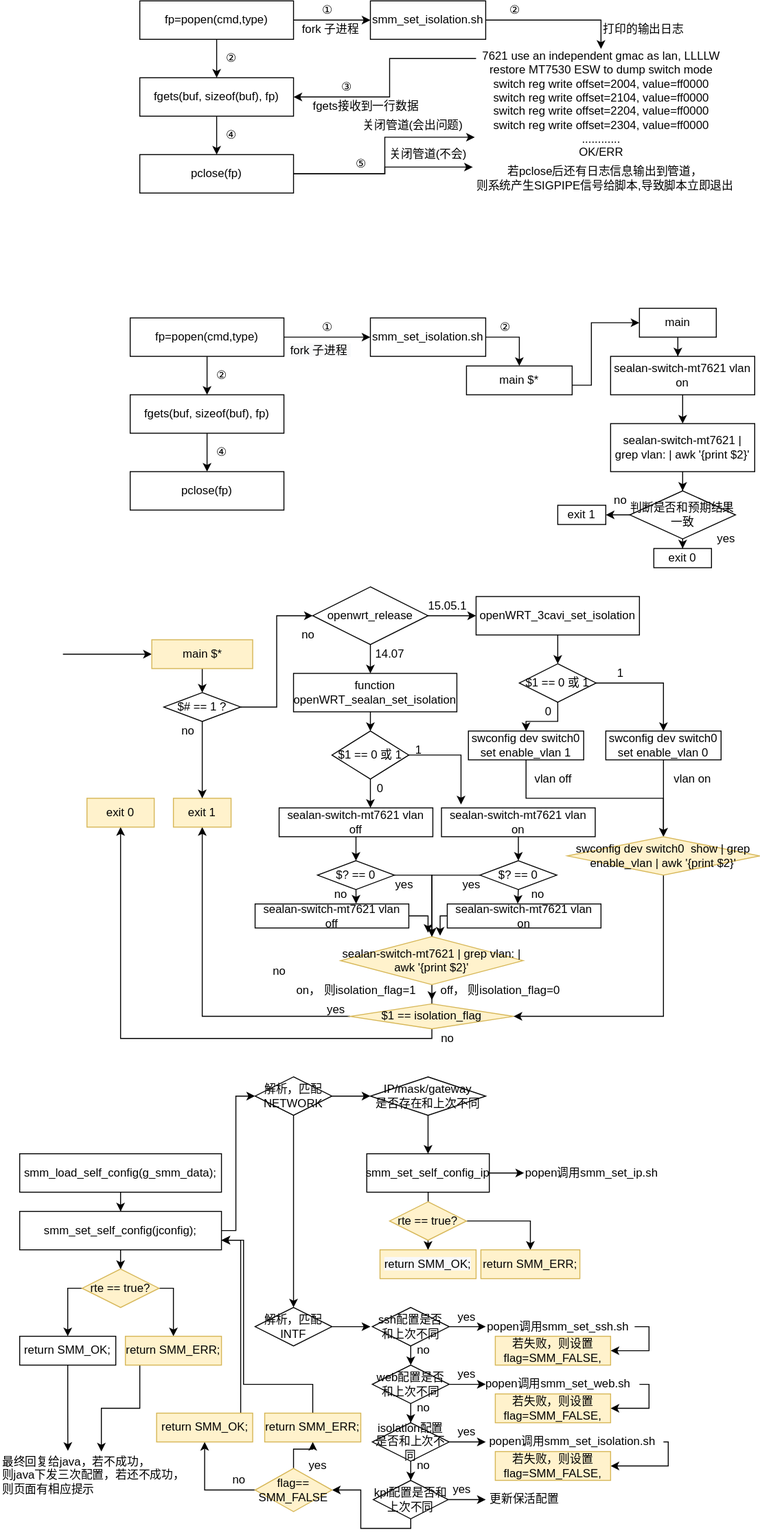
The draw.io diagram drag_demo/popen_isolation.svg in Archive-ch/Web_Demo, before a commit. Source tidied: cells renumbered, new cells last; positions are measured from the earlier drawing's top-left corner, leaving out a move shared by most shapes.
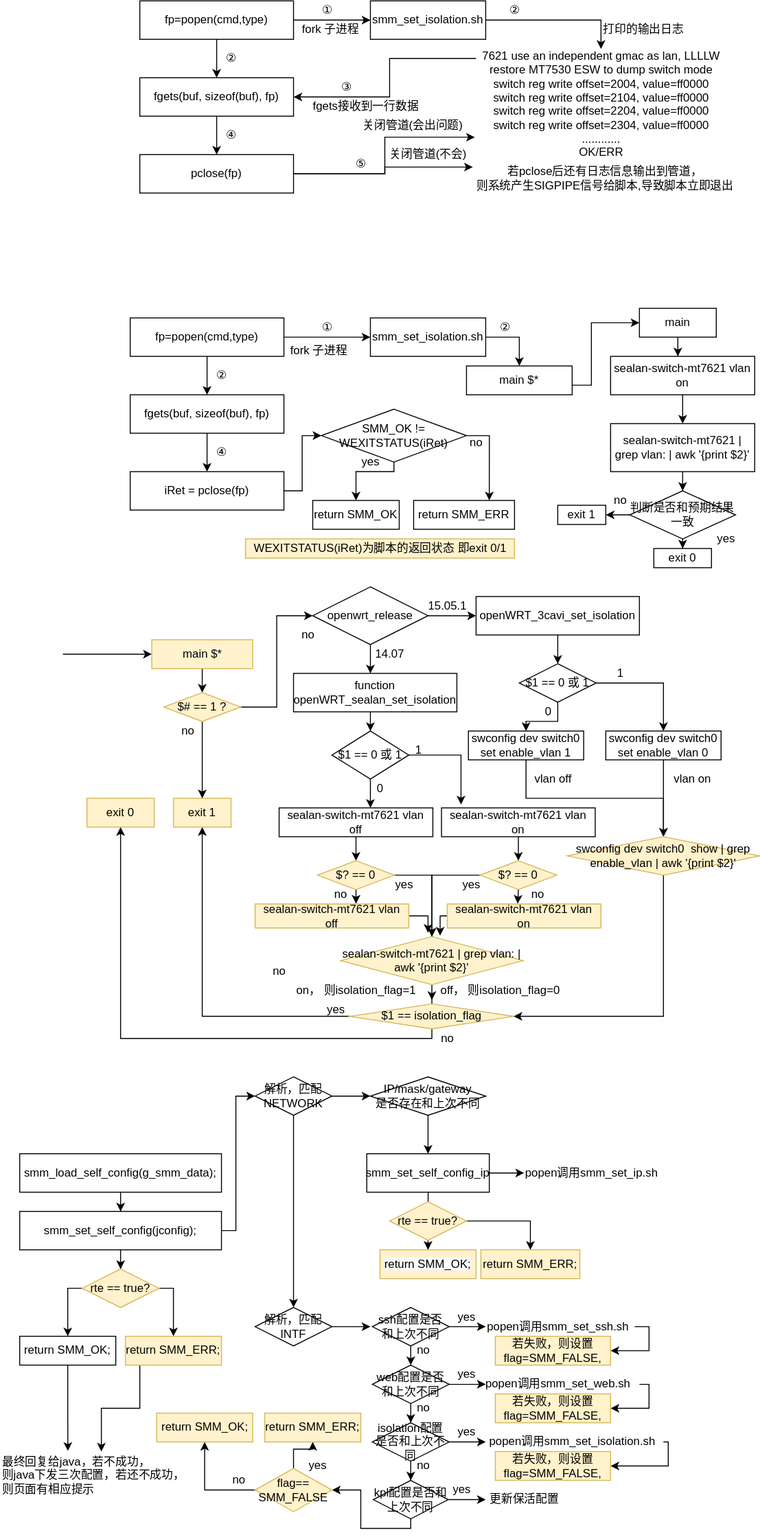
The same diagram one commit later.

Change to the diagram source:
```diff
@@ -113,7 +113,15 @@
     <mxCell id="30" value="fgets(buf, sizeof(buf), fp)" style="whiteSpace=wrap;html=1;" parent="1" vertex="1">
       <mxGeometry x="135" y="410" width="160" height="40" as="geometry" />
     </mxCell>
+    <mxCell id="186" style="edgeStyle=orthogonalEdgeStyle;rounded=0;jettySize=auto;html=1;entryX=0;entryY=0.5;entryDx=0;entryDy=0;startArrow=none;startFill=0;endArrow=classic;endFill=1;" parent="1" edge="1" source="31" target="189">
+      <mxGeometry relative="1" as="geometry">
+        <Array as="points">
+          <mxPoint x="314" y="510" />
+          <mxPoint x="314" y="453" />
+        </Array>
+      </mxGeometry>
+    </mxCell>
-    <mxCell id="31" value="pclose(fp)" style="whiteSpace=wrap;html=1;" parent="1" vertex="1">
+    <mxCell id="31" value="iRet = pclose(fp)" style="whiteSpace=wrap;html=1;" parent="1" vertex="1">
       <mxGeometry x="135" y="490" width="160" height="40" as="geometry" />
     </mxCell>
     <mxCell id="32" value="①" style="text;html=1;align=center;verticalAlign=middle;" parent="1" vertex="1">
@@ -568,25 +576,9 @@
     <mxCell id="148" value="flag==&lt;br&gt;SMM_FALSE" style="rhombus;whiteSpace=wrap;html=1;fillColor=#fff2cc;strokeColor=#d6b656;" parent="1" vertex="1">
       <mxGeometry x="265" y="1527.5" width="80" height="45" as="geometry" />
     </mxCell>
-    <mxCell id="149" style="edgeStyle=orthogonalEdgeStyle;rounded=0;jettySize=auto;html=1;entryX=1;entryY=0.75;entryDx=0;entryDy=0;" parent="1" edge="1" source="150" target="94">
-      <mxGeometry relative="1" as="geometry">
-        <Array as="points">
-          <mxPoint x="250" y="1290" />
-        </Array>
-      </mxGeometry>
-    </mxCell>
     <mxCell id="150" value="return&amp;nbsp;SMM_OK;" style="whiteSpace=wrap;html=1;fillColor=#fff2cc;strokeColor=#d6b656;" parent="1" vertex="1">
       <mxGeometry x="162.5" y="1470" width="100" height="30" as="geometry" />
     </mxCell>
-    <mxCell id="151" style="edgeStyle=orthogonalEdgeStyle;rounded=0;jettySize=auto;html=1;entryX=1;entryY=0.75;entryDx=0;entryDy=0;" parent="1" edge="1" source="152" target="94">
-      <mxGeometry relative="1" as="geometry">
-        <Array as="points">
-          <mxPoint x="325" y="1440" />
-          <mxPoint x="253" y="1440" />
-          <mxPoint x="253" y="1290" />
-        </Array>
-      </mxGeometry>
-    </mxCell>
     <mxCell id="152" value="&lt;span&gt;return&amp;nbsp;SMM_ERR;&lt;/span&gt;" style="whiteSpace=wrap;html=1;fillColor=#fff2cc;strokeColor=#d6b656;" parent="1" vertex="1">
       <mxGeometry x="275" y="1470" width="100" height="30" as="geometry" />
     </mxCell>
@@ -632,7 +624,7 @@
     <mxCell id="166" style="edgeStyle=orthogonalEdgeStyle;rounded=0;jettySize=auto;html=1;entryX=0.5;entryY=0;entryDx=0;entryDy=0;startArrow=none;startFill=0;endArrow=classic;endFill=1;" parent="1" edge="1" source="167" target="89">
       <mxGeometry relative="1" as="geometry" />
     </mxCell>
-    <mxCell id="167" value="$# == 1 ?" style="rhombus;whiteSpace=wrap;html=1;" parent="1" vertex="1">
+    <mxCell id="167" value="$# == 1 ?" style="rhombus;whiteSpace=wrap;html=1;fillColor=#fff2cc;strokeColor=#d6b656;" parent="1" vertex="1">
       <mxGeometry x="170" y="720" width="80" height="30" as="geometry" />
     </mxCell>
     <mxCell id="168" style="edgeStyle=orthogonalEdgeStyle;rounded=0;jettySize=auto;html=1;entryX=0.5;entryY=0;entryDx=0;entryDy=0;startArrow=none;startFill=0;endArrow=classic;endFill=1;" parent="1" edge="1" source="170" target="66">
@@ -645,7 +637,7 @@
     <mxCell id="169" style="edgeStyle=orthogonalEdgeStyle;rounded=0;jettySize=auto;html=1;exitX=0.5;exitY=1;exitDx=0;exitDy=0;entryX=0.657;entryY=-0.013;entryDx=0;entryDy=0;entryPerimeter=0;startArrow=none;startFill=0;endArrow=classic;endFill=1;" parent="1" edge="1" source="170" target="179">
       <mxGeometry relative="1" as="geometry" />
     </mxCell>
-    <mxCell id="170" value="$? == 0" style="rhombus;whiteSpace=wrap;html=1;" parent="1" vertex="1">
+    <mxCell id="170" value="$? == 0" style="rhombus;whiteSpace=wrap;html=1;fillColor=#fff2cc;strokeColor=#d6b656;" parent="1" vertex="1">
       <mxGeometry x="330" y="895" width="80" height="30" as="geometry" />
     </mxCell>
     <mxCell id="171" value="on， 则isolation_flag=1" style="text;html=1;align=center;verticalAlign=middle;" parent="1" vertex="1">
@@ -661,7 +653,7 @@
     <mxCell id="173" style="edgeStyle=orthogonalEdgeStyle;rounded=0;jettySize=auto;html=1;exitX=0.5;exitY=1;exitDx=0;exitDy=0;entryX=0.458;entryY=-0.013;entryDx=0;entryDy=0;entryPerimeter=0;startArrow=none;startFill=0;endArrow=classic;endFill=1;" parent="1" edge="1" source="174" target="181">
       <mxGeometry relative="1" as="geometry" />
     </mxCell>
-    <mxCell id="174" value="$? == 0" style="rhombus;whiteSpace=wrap;html=1;" parent="1" vertex="1">
+    <mxCell id="174" value="$? == 0" style="rhombus;whiteSpace=wrap;html=1;fillColor=#fff2cc;strokeColor=#d6b656;" parent="1" vertex="1">
       <mxGeometry x="499" y="895" width="80" height="30" as="geometry" />
     </mxCell>
     <mxCell id="175" value="yes" style="text;html=1;align=center;verticalAlign=middle;" parent="1" vertex="1">
@@ -678,7 +670,7 @@
         <mxPoint x="445" y="970" as="targetPoint" />
       </mxGeometry>
     </mxCell>
-    <mxCell id="179" value="sealan-switch-mt7621 vlan off" style="whiteSpace=wrap;html=1;" parent="1" vertex="1">
+    <mxCell id="179" value="sealan-switch-mt7621 vlan off" style="whiteSpace=wrap;html=1;fillColor=#fff2cc;strokeColor=#d6b656;" parent="1" vertex="1">
       <mxGeometry x="265" y="940" width="160" height="25" as="geometry" />
     </mxCell>
     <mxCell id="180" style="edgeStyle=orthogonalEdgeStyle;rounded=0;jettySize=auto;html=1;entryX=0.545;entryY=-0.02;entryDx=0;entryDy=0;entryPerimeter=0;startArrow=none;startFill=0;endArrow=classic;endFill=1;" parent="1" edge="1" source="181" target="66">
@@ -688,7 +680,7 @@
         </Array>
       </mxGeometry>
     </mxCell>
-    <mxCell id="181" value="sealan-switch-mt7621 vlan on" style="whiteSpace=wrap;html=1;" parent="1" vertex="1">
+    <mxCell id="181" value="sealan-switch-mt7621 vlan on" style="whiteSpace=wrap;html=1;fillColor=#fff2cc;strokeColor=#d6b656;" parent="1" vertex="1">
       <mxGeometry x="465" y="940" width="160" height="25" as="geometry" />
     </mxCell>
     <mxCell id="182" value="no" style="text;html=1;align=center;verticalAlign=middle;" parent="1" vertex="1">
@@ -703,5 +695,38 @@
     <mxCell id="185" value="no" style="text;html=1;align=center;verticalAlign=middle;" parent="1" vertex="1">
       <mxGeometry x="544" y="920" width="30" height="20" as="geometry" />
     </mxCell>
+    <mxCell id="187" style="edgeStyle=orthogonalEdgeStyle;rounded=0;jettySize=auto;html=1;entryX=0.75;entryY=0;entryDx=0;entryDy=0;startArrow=none;startFill=0;endArrow=classic;endFill=1;" parent="1" edge="1" source="189" target="191">
+      <mxGeometry relative="1" as="geometry">
+        <Array as="points">
+          <mxPoint x="509" y="453" />
+        </Array>
+      </mxGeometry>
+    </mxCell>
+    <mxCell id="188" style="edgeStyle=orthogonalEdgeStyle;rounded=0;jettySize=auto;html=1;exitX=0.5;exitY=1;exitDx=0;exitDy=0;entryX=0.5;entryY=0;entryDx=0;entryDy=0;startArrow=none;startFill=0;endArrow=classic;endFill=1;" parent="1" edge="1" source="189" target="190">
+      <mxGeometry relative="1" as="geometry">
+        <Array as="points">
+          <mxPoint x="410" y="490" />
+          <mxPoint x="370" y="490" />
+        </Array>
+      </mxGeometry>
+    </mxCell>
+    <mxCell id="189" value="SMM_OK != WEXITSTATUS(iRet)" style="rhombus;whiteSpace=wrap;html=1;" parent="1" vertex="1">
+      <mxGeometry x="334" y="425" width="151" height="55" as="geometry" />
+    </mxCell>
+    <mxCell id="190" value="return SMM_OK" style="whiteSpace=wrap;html=1;" parent="1" vertex="1">
+      <mxGeometry x="325" y="520" width="90" height="30" as="geometry" />
+    </mxCell>
+    <mxCell id="191" value="return SMM_ERR" style="whiteSpace=wrap;html=1;" parent="1" vertex="1">
+      <mxGeometry x="430" y="520" width="105" height="30" as="geometry" />
+    </mxCell>
+    <mxCell id="192" value="no" style="text;html=1;align=center;verticalAlign=middle;" parent="1" vertex="1">
+      <mxGeometry x="480" y="450" width="30" height="20" as="geometry" />
+    </mxCell>
+    <mxCell id="193" value="yes" style="text;html=1;align=center;verticalAlign=middle;" parent="1" vertex="1">
+      <mxGeometry x="370" y="470" width="30" height="20" as="geometry" />
+    </mxCell>
+    <mxCell id="194" value="WEXITSTATUS(iRet)为脚本的返回状态 即exit 0/1" style="text;html=1;align=center;verticalAlign=middle;fillColor=#fff2cc;strokeColor=#d6b656;" parent="1" vertex="1">
+      <mxGeometry x="255" y="560" width="280" height="20" as="geometry" />
+    </mxCell>
   </root>
 </mxGraphModel>
```
